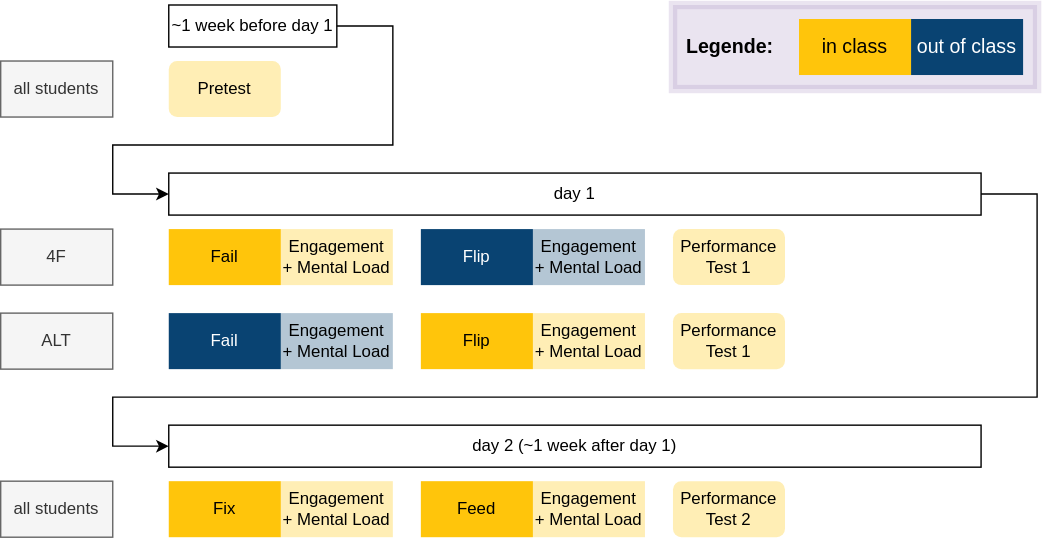
The draw.io diagram images/Experiment_1_drawio.svg in PHBern-RConrardy/lerngelegenheiten_alt, before a commit. Source tidied: cells renumbered, new cells last; positions are measured from the earlier drawing's top-left corner, leaving out a move shared by most shapes. The source it was exported from:
```xml
<mxGraphModel>
  <root>
    <mxCell id="0" />
    <mxCell id="1" parent="0" />
    <mxCell id="2" value="4F" style="rounded=0;whiteSpace=wrap;html=1;fillColor=#f5f5f5;fontColor=#333333;strokeColor=#666666;" parent="1" vertex="1">
      <mxGeometry y="160" width="80" height="40" as="geometry" />
    </mxCell>
    <mxCell id="3" value="ALT" style="rounded=0;whiteSpace=wrap;html=1;fillColor=#f5f5f5;fontColor=#333333;strokeColor=#666666;" parent="1" vertex="1">
      <mxGeometry y="220" width="80" height="40" as="geometry" />
    </mxCell>
    <mxCell id="4" value="Fail" style="rounded=0;whiteSpace=wrap;html=1;fillColor=#FFC50B;strokeColor=none;" parent="1" vertex="1">
      <mxGeometry x="120" y="160" width="80" height="40" as="geometry" />
    </mxCell>
    <mxCell id="5" value="Fail" style="rounded=0;whiteSpace=wrap;html=1;fillColor=#094372;strokeColor=none;fontColor=#FFFFFF;" parent="1" vertex="1">
      <mxGeometry x="120" y="220" width="80" height="40" as="geometry" />
    </mxCell>
    <mxCell id="6" value="Flip" style="rounded=0;whiteSpace=wrap;html=1;fillColor=#094372;strokeColor=none;fontColor=#FFFFFF;" parent="1" vertex="1">
      <mxGeometry x="300" y="160" width="80" height="40" as="geometry" />
    </mxCell>
    <mxCell id="7" value="Engagement + Mental Load" style="rounded=0;whiteSpace=wrap;html=1;fillColor=#FFC50B;opacity=30;strokeColor=none;" parent="1" vertex="1">
      <mxGeometry x="200" y="160" width="80" height="40" as="geometry" />
    </mxCell>
    <mxCell id="8" value="Engagement + Mental Load" style="rounded=0;whiteSpace=wrap;html=1;strokeColor=none;fillColor=#094372;opacity=30;" parent="1" vertex="1">
      <mxGeometry x="200" y="220" width="80" height="40" as="geometry" />
    </mxCell>
    <mxCell id="9" value="Flip" style="rounded=0;whiteSpace=wrap;html=1;fillColor=#FFC50B;strokeColor=none;" parent="1" vertex="1">
      <mxGeometry x="300" y="220" width="80" height="40" as="geometry" />
    </mxCell>
    <mxCell id="10" value="Fix" style="rounded=0;whiteSpace=wrap;html=1;fillColor=#FFC50B;strokeColor=none;" parent="1" vertex="1">
      <mxGeometry x="120" y="340" width="80" height="40" as="geometry" />
    </mxCell>
    <mxCell id="11" value="Performance Test 1" style="rounded=1;whiteSpace=wrap;html=1;fillColor=#FFC50B;opacity=30;strokeColor=none;" parent="1" vertex="1">
      <mxGeometry x="480" y="160" width="80" height="40" as="geometry" />
    </mxCell>
    <mxCell id="12" value="Engagement + Mental Load" style="rounded=0;whiteSpace=wrap;html=1;fillColor=#094372;strokeColor=none;opacity=30;" parent="1" vertex="1">
      <mxGeometry x="380" y="160" width="80" height="40" as="geometry" />
    </mxCell>
    <mxCell id="13" value="Engagement + Mental Load" style="rounded=0;whiteSpace=wrap;html=1;fillColor=#FFC50B;strokeColor=none;opacity=30;" parent="1" vertex="1">
      <mxGeometry x="380" y="220" width="80" height="40" as="geometry" />
    </mxCell>
    <mxCell id="14" value="Performance Test 1" style="rounded=1;whiteSpace=wrap;html=1;fillColor=#FFC50B;opacity=30;strokeColor=none;" parent="1" vertex="1">
      <mxGeometry x="480" y="220" width="80" height="40" as="geometry" />
    </mxCell>
    <mxCell id="15" value="Pretest" style="rounded=1;whiteSpace=wrap;html=1;fillColor=#FFC50B;opacity=30;strokeColor=none;" parent="1" vertex="1">
      <mxGeometry x="120" y="40" width="80" height="40" as="geometry" />
    </mxCell>
    <mxCell id="16" value="Feed" style="rounded=0;whiteSpace=wrap;html=1;fillColor=#FFC50B;strokeColor=none;" parent="1" vertex="1">
      <mxGeometry x="300" y="340" width="80" height="40" as="geometry" />
    </mxCell>
    <mxCell id="17" value="Engagement + Mental Load" style="rounded=0;whiteSpace=wrap;html=1;fillColor=#FFC50B;opacity=30;strokeColor=none;" parent="1" vertex="1">
      <mxGeometry x="200" y="340" width="80" height="40" as="geometry" />
    </mxCell>
    <mxCell id="18" value="Engagement + Mental Load" style="rounded=0;whiteSpace=wrap;html=1;fillColor=#FFC50B;opacity=30;strokeColor=none;" parent="1" vertex="1">
      <mxGeometry x="380" y="340" width="80" height="40" as="geometry" />
    </mxCell>
    <mxCell id="19" value="Performance Test 2" style="rounded=1;whiteSpace=wrap;html=1;fillColor=#FFC50B;opacity=30;strokeColor=none;" parent="1" vertex="1">
      <mxGeometry x="480" y="340" width="80" height="40" as="geometry" />
    </mxCell>
    <mxCell id="20" value="~1 week before day 1" style="rounded=0;whiteSpace=wrap;html=1;" parent="1" vertex="1">
      <mxGeometry x="120" width="120" height="30" as="geometry" />
    </mxCell>
    <mxCell id="21" value="day 1" style="rounded=0;whiteSpace=wrap;html=1;" parent="1" vertex="1">
      <mxGeometry x="120" y="120" width="580" height="30" as="geometry" />
    </mxCell>
    <mxCell id="22" value="day 2 (~1 week after day 1)" style="rounded=0;whiteSpace=wrap;html=1;" parent="1" vertex="1">
      <mxGeometry x="120" y="300" width="580" height="30" as="geometry" />
    </mxCell>
    <mxCell id="23" value="all students" style="rounded=0;whiteSpace=wrap;html=1;fillColor=#f5f5f5;fontColor=#333333;strokeColor=#666666;" parent="1" vertex="1">
      <mxGeometry y="340" width="80" height="40" as="geometry" />
    </mxCell>
    <mxCell id="24" value="all students" style="rounded=0;whiteSpace=wrap;html=1;fillColor=#f5f5f5;fontColor=#333333;strokeColor=#666666;" parent="1" vertex="1">
      <mxGeometry y="40" width="80" height="40" as="geometry" />
    </mxCell>
    <mxCell id="25" style="endArrow=classic;html=1;rounded=0;exitX=1;exitY=0.5;exitDx=0;exitDy=0;entryX=0;entryY=0.5;entryDx=0;entryDy=0;" parent="1" edge="1" source="20" target="21">
      <mxGeometry relative="1" as="geometry">
        <Array as="points">
          <mxPoint x="280" y="15" />
          <mxPoint x="280" y="100" />
          <mxPoint x="80" y="100" />
          <mxPoint x="80" y="135" />
        </Array>
      </mxGeometry>
    </mxCell>
    <mxCell id="26" style="endArrow=classic;html=1;rounded=0;entryX=0;entryY=0.5;entryDx=0;entryDy=0;exitX=1;exitY=0.5;exitDx=0;exitDy=0;" parent="1" edge="1" source="21" target="22">
      <mxGeometry relative="1" as="geometry">
        <Array as="points">
          <mxPoint x="740" y="135" />
          <mxPoint x="740" y="280" />
          <mxPoint x="80" y="280" />
          <mxPoint x="80" y="315" />
        </Array>
      </mxGeometry>
    </mxCell>
    <mxCell id="27" value="&lt;p&gt;&lt;b&gt;&lt;font style=&quot;font-size: 14px;&quot;&gt;&amp;nbsp; Legende:&lt;/font&gt;&lt;/b&gt;&lt;/p&gt;" style="rounded=0;whiteSpace=wrap;html=1;align=left;strokeColor=#9478B6;fillColor=#9478B6;opacity=20;strokeWidth=6;" parent="1" vertex="1">
      <mxGeometry x="480" width="260" height="60" as="geometry" />
    </mxCell>
    <mxCell id="28" value="&lt;font style=&quot;font-size: 14px;&quot;&gt;out of class&lt;/font&gt;" style="rounded=0;whiteSpace=wrap;html=1;fillColor=#094372;strokeColor=none;fontColor=#FFFFFF;" parent="1" vertex="1">
      <mxGeometry x="650" y="10" width="80" height="40" as="geometry" />
    </mxCell>
    <mxCell id="29" value="&lt;font style=&quot;font-size: 14px;&quot;&gt;in class&lt;/font&gt;" style="rounded=0;whiteSpace=wrap;html=1;fillColor=#FFC50B;strokeColor=none;" parent="1" vertex="1">
      <mxGeometry x="570" y="10" width="80" height="40" as="geometry" />
    </mxCell>
  </root>
</mxGraphModel>
```
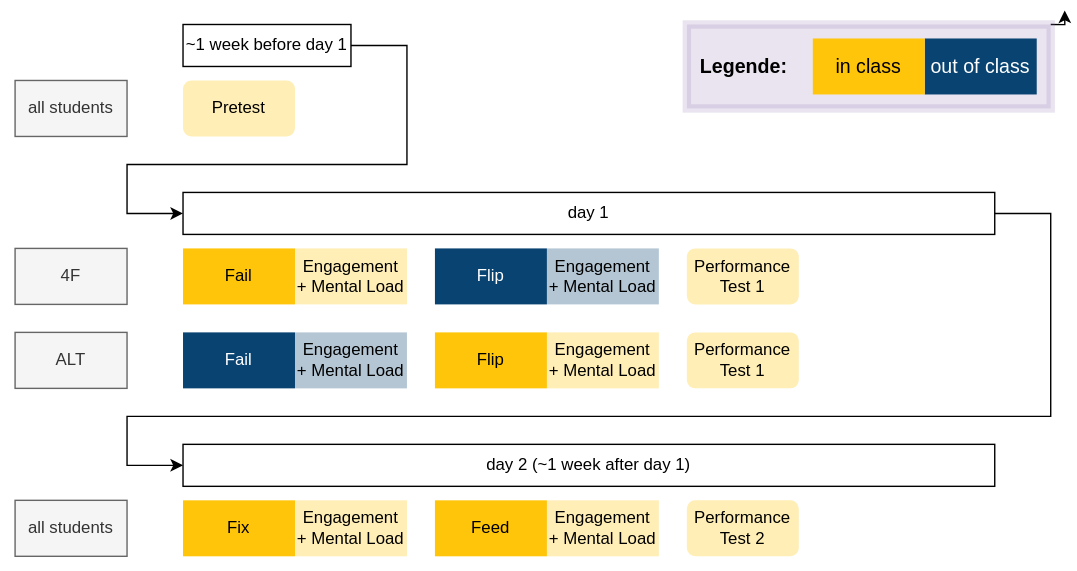
Later version of the same file.

What changed in the source:
```diff
@@ -2,6 +2,9 @@
   <root>
     <mxCell id="0" />
     <mxCell id="1" parent="0" />
+    <mxCell id="30" style="rounded=0;whiteSpace=wrap;html=1;strokeColor=none;" parent="1" vertex="1">
+      <mxGeometry x="-10" y="-10" width="760" height="400" as="geometry" />
+    </mxCell>
     <mxCell id="2" value="4F" style="rounded=0;whiteSpace=wrap;html=1;fillColor=#f5f5f5;fontColor=#333333;strokeColor=#666666;" parent="1" vertex="1">
       <mxGeometry y="160" width="80" height="40" as="geometry" />
     </mxCell>
@@ -91,6 +94,11 @@
         </Array>
       </mxGeometry>
     </mxCell>
+    <mxCell id="31" style="edgeStyle=orthogonalEdgeStyle;rounded=0;jettySize=auto;html=1;exitX=1;exitY=0;exitDx=0;exitDy=0;" parent="1" edge="1" source="27">
+      <mxGeometry relative="1" as="geometry">
+        <mxPoint x="750" y="-10" as="targetPoint" />
+      </mxGeometry>
+    </mxCell>
     <mxCell id="27" value="&lt;p&gt;&lt;b&gt;&lt;font style=&quot;font-size: 14px;&quot;&gt;&amp;nbsp; Legende:&lt;/font&gt;&lt;/b&gt;&lt;/p&gt;" style="rounded=0;whiteSpace=wrap;html=1;align=left;strokeColor=#9478B6;fillColor=#9478B6;opacity=20;strokeWidth=6;" parent="1" vertex="1">
       <mxGeometry x="480" width="260" height="60" as="geometry" />
     </mxCell>
```
